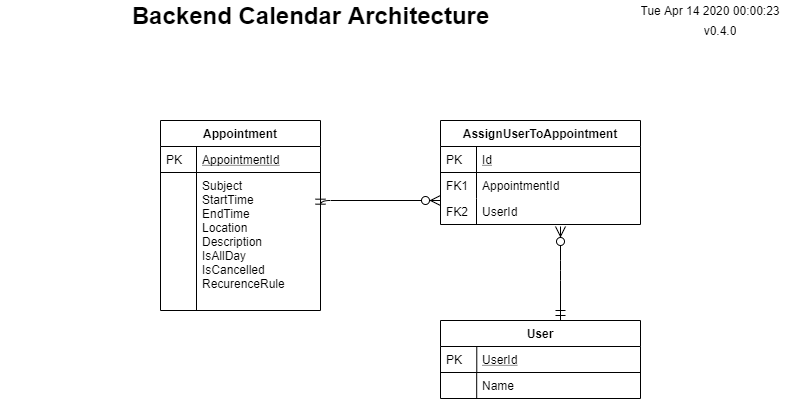
The draw.io diagram documentation/architecture/Telemed Calendar solution.png in TelemedDevGroup/TelemedProtoApp, before a commit. Source tidied: cells renumbered, new cells last; positions are measured from the earlier drawing's top-left corner, leaving out a move shared by most shapes.
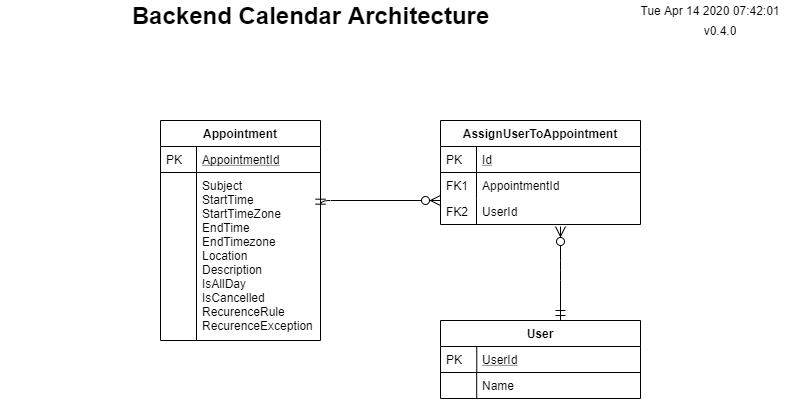
Above is the later version.

What changed in the source:
```diff
@@ -3,7 +3,7 @@
     <mxCell id="0" />
     <mxCell id="1" parent="0" />
     <mxCell id="2" value="Appointment" style="swimlane;fontStyle=1;horizontal=1;startSize=26;rounded=0;shadow=0;strokeWidth=1;" parent="1" vertex="1">
-      <mxGeometry x="160" y="120" width="160" height="190" as="geometry" />
+      <mxGeometry x="160" y="120" width="160" height="220" as="geometry" />
     </mxCell>
     <mxCell id="3" value="AppointmentId" style="shape=partialRectangle;top=0;left=0;right=0;bottom=1;align=left;verticalAlign=top;fillColor=none;spacingLeft=40;spacingRight=4;overflow=hidden;rounded=0;shadow=0;strokeWidth=1;fontStyle=4;" parent="2" vertex="1">
       <mxGeometry y="26" width="160" height="26" as="geometry" />
@@ -11,11 +11,11 @@
     <mxCell id="4" value="PK" style="shape=partialRectangle;top=0;left=0;bottom=0;fillColor=none;align=left;verticalAlign=top;spacingLeft=4;spacingRight=4;overflow=hidden;" parent="3" vertex="1">
       <mxGeometry width="36" height="26" as="geometry" />
     </mxCell>
-    <mxCell id="5" value="Subject&#10;StartTime&#10;EndTime&#10;Location&#10;Description&#10;IsAllDay&#10;IsCancelled&#10;RecurenceRule&#10;" style="shape=partialRectangle;top=0;left=0;right=0;bottom=0;align=left;verticalAlign=top;fillColor=none;spacingLeft=40;spacingRight=4;overflow=hidden;rounded=0;shadow=0;strokeWidth=1;" parent="2" vertex="1">
-      <mxGeometry y="52" width="160" height="138" as="geometry" />
+    <mxCell id="5" value="Subject&#10;StartTime&#10;StartTimeZone&#10;EndTime&#10;EndTimezone&#10;Location&#10;Description&#10;IsAllDay&#10;IsCancelled&#10;RecurenceRule&#10;RecurenceException" style="shape=partialRectangle;top=0;left=0;right=0;bottom=0;align=left;verticalAlign=top;fillColor=none;spacingLeft=40;spacingRight=4;overflow=hidden;rounded=0;shadow=0;strokeWidth=1;" parent="2" vertex="1">
+      <mxGeometry y="52" width="160" height="168" as="geometry" />
     </mxCell>
     <mxCell id="6" style="shape=partialRectangle;top=0;left=0;bottom=0;fillColor=none;align=left;verticalAlign=top;spacingLeft=4;spacingRight=4;overflow=hidden;" parent="5" vertex="1">
-      <mxGeometry width="36" height="138" as="geometry" />
+      <mxGeometry width="36" height="168" as="geometry" />
     </mxCell>
     <mxCell id="7" value="Backend Calendar Architecture" style="text;strokeColor=none;fillColor=none;html=1;fontSize=24;fontStyle=1;verticalAlign=middle;align=center;" parent="1" vertex="1">
       <mxGeometry width="620" height="30" as="geometry" />
```
